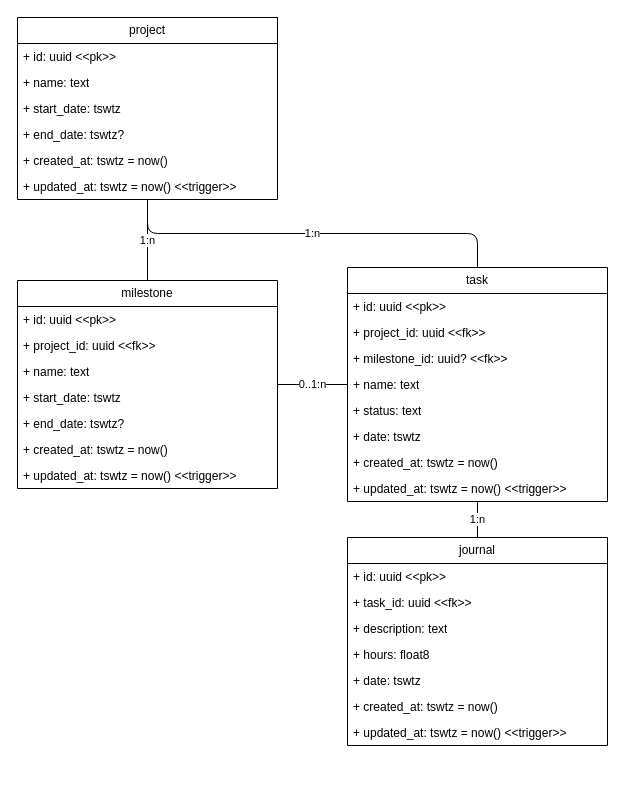
This is doc/er.drawio from RStolzlechner/tt-plan, a draw.io file, before an edit. Source tidied: cells renumbered, new cells numbered last; positions are measured from the earlier drawing's top-left corner, leaving out a move shared by most shapes. Both pictures are drawn from the tidied source at 100%, with x=0, y=0 at pixel (17, 17).
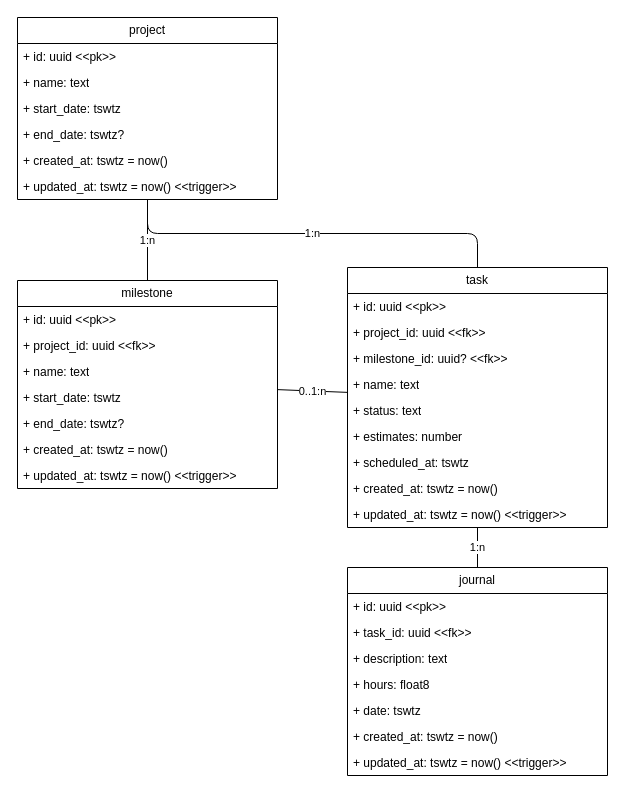
The same page after the edit.

Change to the diagram source:
```diff
@@
     <mxCell id="20" value="task" style="swimlane;fontStyle=0;horizontal=1;startSize=26;fillColor=none;whiteSpace=wrap;html=1;" parent="1" vertex="1">
-      <mxGeometry x="330" y="250" width="260" height="234" as="geometry" />
+      <mxGeometry x="330" y="250" width="260" height="260" as="geometry" />
     </mxCell>
@@
+    <mxCell id="38" value="+ estimates: number" style="text;strokeColor=none;fillColor=none;align=left;verticalAlign=top;spacingLeft=4;spacingRight=4;overflow=hidden;whiteSpace=wrap;html=1;" parent="20" vertex="1">
+      <mxGeometry y="156" width="260" height="26" as="geometry" />
+    </mxCell>
-    <mxCell id="26" value="+ date: tswtz" style="text;strokeColor=none;fillColor=none;align=left;verticalAlign=top;spacingLeft=4;spacingRight=4;overflow=hidden;whiteSpace=wrap;html=1;" parent="20" vertex="1">
-      <mxGeometry y="156" width="260" height="26" as="geometry" />
+    <mxCell id="26" value="+ scheduled_at: tswtz" style="text;strokeColor=none;fillColor=none;align=left;verticalAlign=top;spacingLeft=4;spacingRight=4;overflow=hidden;whiteSpace=wrap;html=1;" parent="20" vertex="1">
+      <mxGeometry y="182" width="260" height="26" as="geometry" />
     </mxCell>
     <mxCell id="27" value="+ created_at: tswtz = now()" style="text;strokeColor=none;fillColor=none;align=left;verticalAlign=top;spacingLeft=4;spacingRight=4;overflow=hidden;whiteSpace=wrap;html=1;" parent="20" vertex="1">
-      <mxGeometry y="182" width="260" height="26" as="geometry" />
+      <mxGeometry y="208" width="260" height="26" as="geometry" />
     </mxCell>
     <mxCell id="28" value="+ updated_at: tswtz = now() &amp;lt;&amp;lt;trigger&amp;gt;&amp;gt;" style="text;strokeColor=none;fillColor=none;align=left;verticalAlign=top;spacingLeft=4;spacingRight=4;overflow=hidden;whiteSpace=wrap;html=1;" parent="20" vertex="1">
-      <mxGeometry y="208" width="260" height="26" as="geometry" />
+      <mxGeometry y="234" width="260" height="26" as="geometry" />
     </mxCell>
@@
     <mxCell id="30" value="journal" style="swimlane;fontStyle=0;horizontal=1;startSize=26;fillColor=none;whiteSpace=wrap;html=1;" parent="1" vertex="1">
-      <mxGeometry x="330" y="520" width="260" height="208" as="geometry" />
+      <mxGeometry x="330" y="550" width="260" height="208" as="geometry" />
     </mxCell>
```
